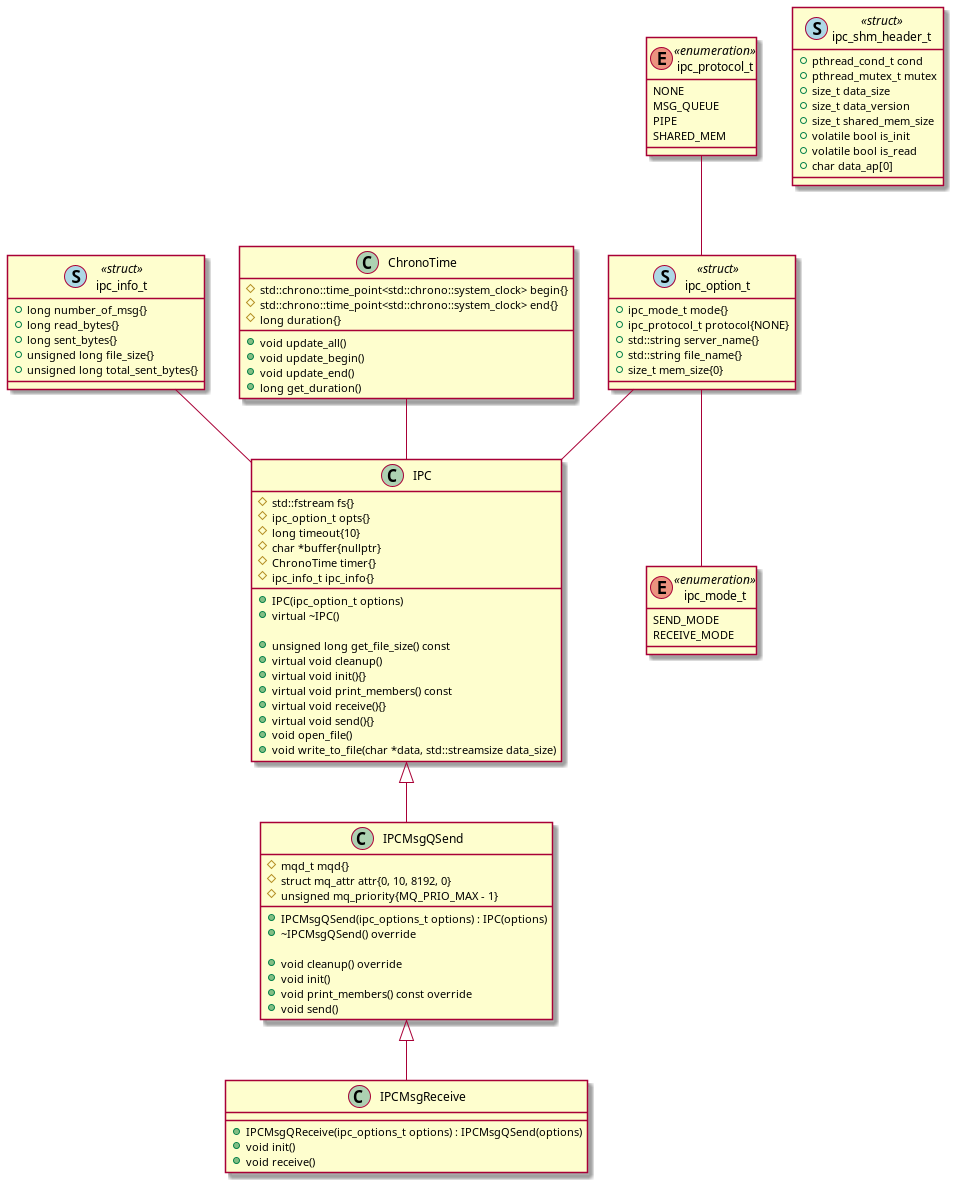
This is img/current_implementation.png from baovu-unikie/file_transfer_cpp, a PlantUML export, as it was before one commit.
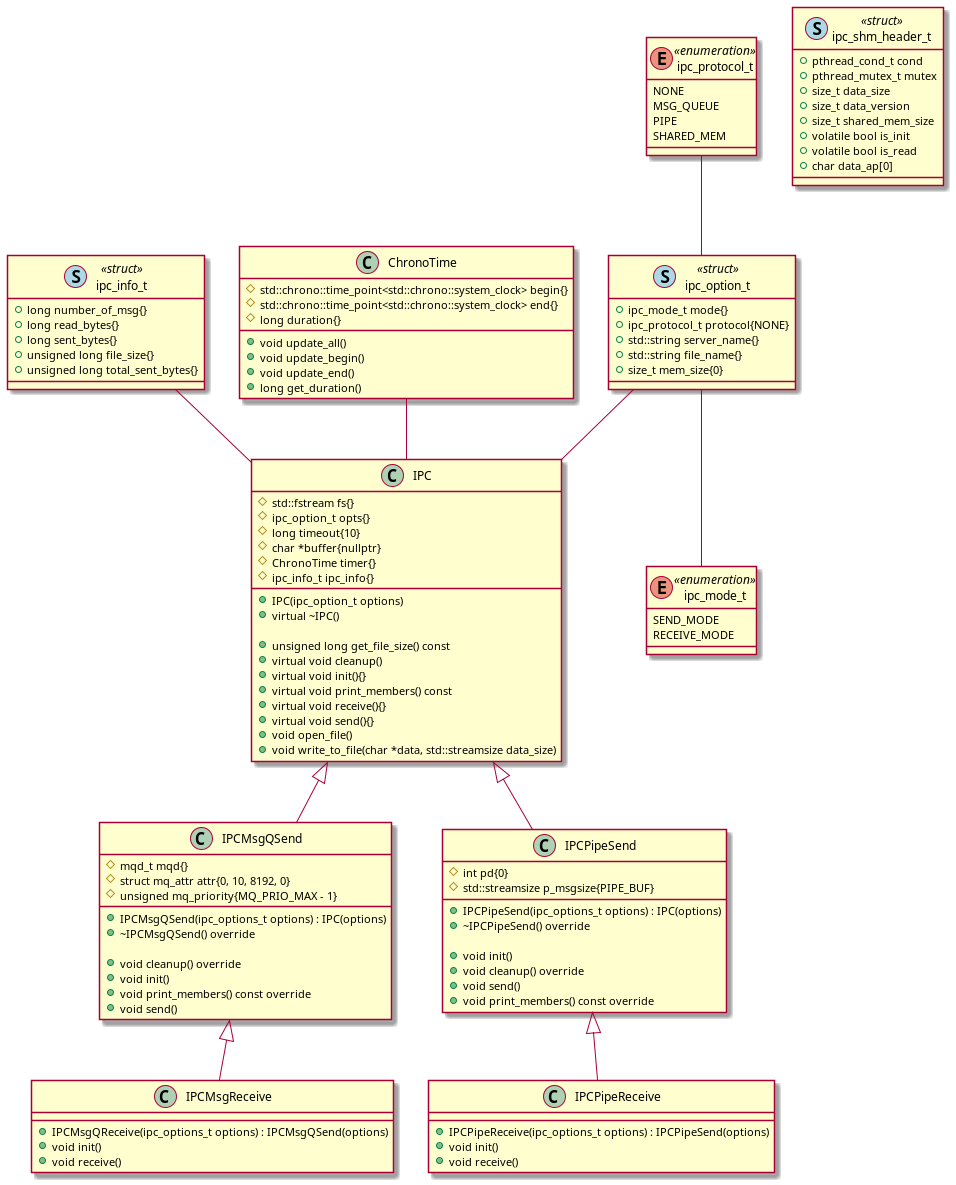
Later version of the same file.

Change to the diagram source:
```diff
@@ -39,6 +39,28 @@
 class IPCMsgReceive
 {
 	+ IPCMsgQReceive(ipc_options_t options) : IPCMsgQSend(options)
+	+ void init()
+	+ void receive()
+}
+
+class IPCPipeSend
+{
+	# int pd{0}
+	# std::streamsize p_msgsize{PIPE_BUF}
+
+	+ IPCPipeSend(ipc_options_t options) : IPC(options)
+	+ ~IPCPipeSend() override
+
+	+ void init()
+	+ void cleanup() override
+	+ void send()
+	+ void print_members() const override
+
+}
+
+class IPCPipeReceive
+{
+	+ IPCPipeReceive(ipc_options_t options) : IPCPipeSend(options)
 	+ void init()
 	+ void receive()
 }
@@ -100,7 +122,10 @@
 }
 
 IPC <|-- IPCMsgQSend
+IPC <|-- IPCPipeSend
+
 IPCMsgQSend <|-- IPCMsgReceive
+IPCPipeSend <|-- IPCPipeReceive
 
 ipc_protocol_t -- ipc_option_t
 ipc_option_t -- IPC
```
